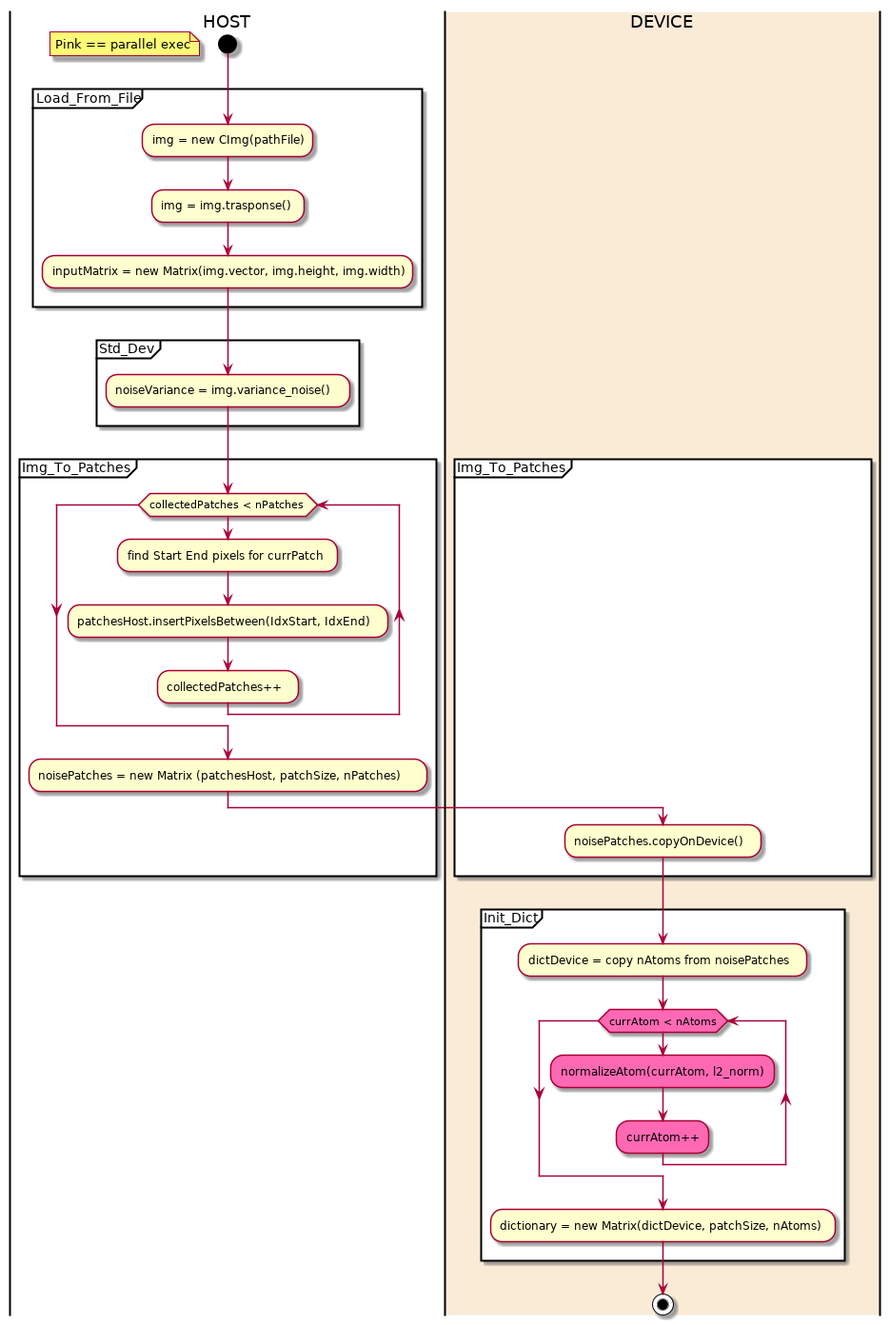
Earlier version of the PlantUML export uml/out/uml/src/InitializationDiagram.png (newfla/CUDA-K-SVD-Denoising).
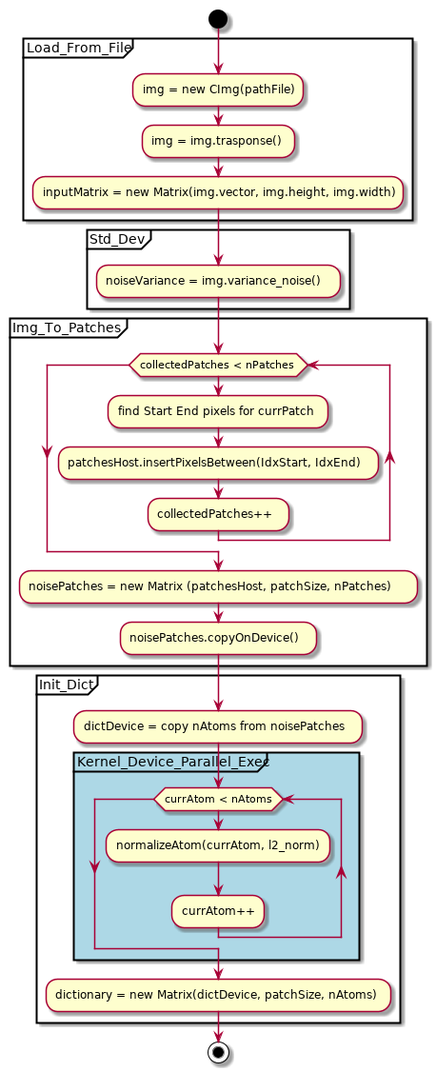
After the commit.

Change to the diagram source:
```diff
@@ -1,7 +1,5 @@
 @startuml InitializationDiagram
-|HOST|
 start
-floating note: Pink == parallel exec
 
 partition Load_From_File {
     :img = new CImg(pathFile);
@@ -19,16 +17,17 @@
         :collectedPatches++;
     endwhile
     :noisePatches = new Matrix (patchesHost, patchSize, nPatches);
-    |#AntiqueWhite|DEVICE|
     :noisePatches.copyOnDevice();
 }
 
 partition Init_Dict {
     :dictDevice = copy nAtoms from noisePatches;
-    #HotPink:while (currAtom < nAtoms)
-            #HotPink:normalizeAtom(currAtom, l2_norm);
-            #HotPink:currAtom++;
+    partition Kernel_Device_Parallel_Exec  #LightBlue{
+        while (currAtom < nAtoms)
+            :normalizeAtom(currAtom, l2_norm);
+            :currAtom++;
     endwhile
+    }
     :dictionary = new Matrix(dictDevice, patchSize, nAtoms);
 }
 stop
```
